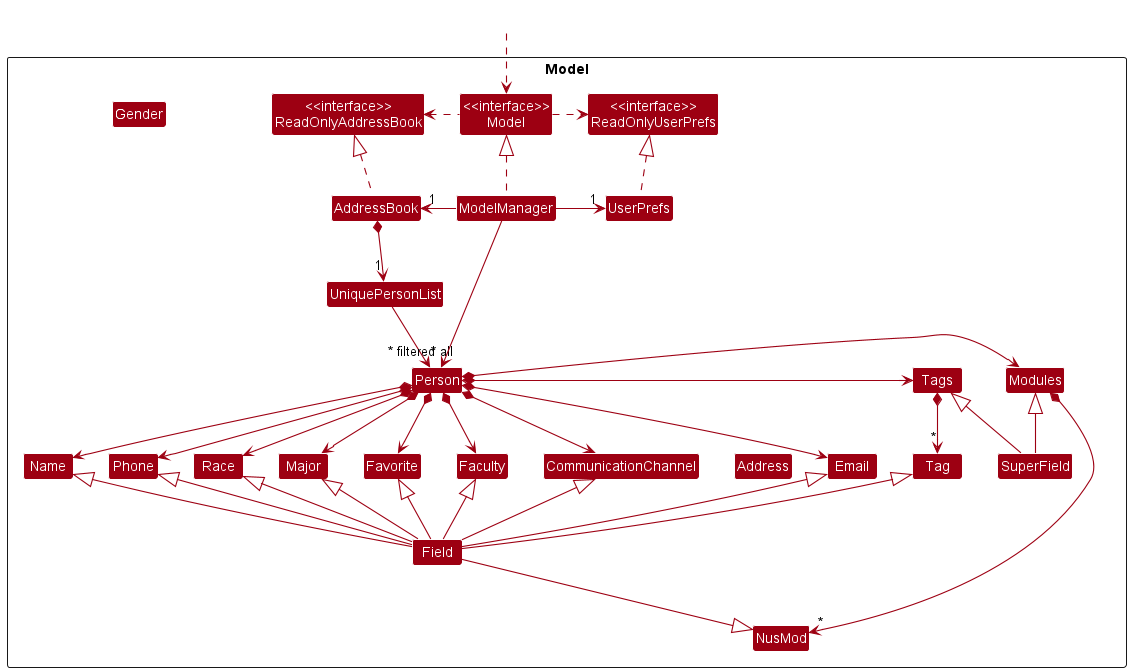
nus-cs2103-AY2223S2/tp keeps this PlantUML diagram as docs/images/ModelClassDiagram.png. Above is the earlier version. Source of this version:
```plantuml
@startuml
!include style.puml
skinparam arrowThickness 1.1
skinparam arrowColor MODEL_COLOR
skinparam classBackgroundColor MODEL_COLOR

Package Model <<Rectangle>>{
Class "<<interface>>\nReadOnlyAddressBook" as ReadOnlyAddressBook
Class "<<interface>>\nReadOnlyUserPrefs" as ReadOnlyUserPrefs
Class "<<interface>>\nModel" as Model
Class AddressBook
Class ModelManager
Class UserPrefs

Class UniquePersonList
Class Person
Class Address
Class Email
Class Name
Class Phone
Class Tag
Class CommunicationChannel
Class Faculty
Class Favorite
Class Gender
Class Major
Class Modules
Class Race
Class Tags
Class NusMod

Class Field
Class SuperField
}

Class HiddenOutside #FFFFFF
HiddenOutside ..> Model

AddressBook .up.|> ReadOnlyAddressBook

ModelManager .up.|> Model
Model .right.> ReadOnlyUserPrefs
Model .left.> ReadOnlyAddressBook
ModelManager -left-> "1" AddressBook
ModelManager -right-> "1" UserPrefs
UserPrefs .up.|> ReadOnlyUserPrefs

AddressBook *--> "1" UniquePersonList
UniquePersonList --> "~* all" Person
Person *--> Name
Person *--> Phone
Person *--> Email
Person *--> CommunicationChannel
Person *--> Faculty
Person *--> Favorite
Person *--> Major
Person *-right-> Modules
Modules *--> "*" NusMod
Person *--> Race
Person *-right-> Tags
Tags *--> "*" Tag

Field -up-|> Name
Field -up-|> Phone
Field -up-|> Email
Field -up-|> CommunicationChannel
Field -up-|> Faculty
Field -up-|> Favorite
Field -up-|> Major
Field --|> NusMod
Field -up-|> Race
Field -up-|> Tag

SuperField -up-|> Modules
SuperField -up-|> Tags

Name -[hidden]right-> Phone
Phone -[hidden]right-> Address
Address -[hidden]right-> Email

ModelManager -->"~* filtered" Person
@enduml
```
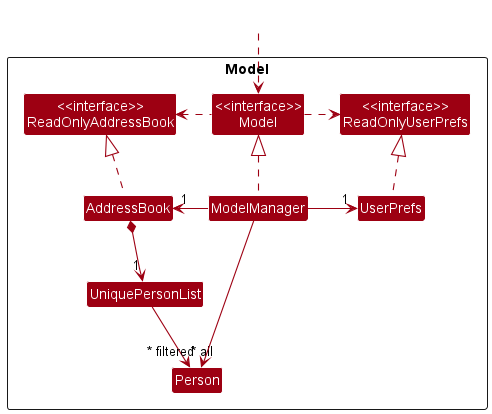
The same diagram one commit later.

Commit message:
Update DG Guide for Model and Person.

The edit, as a diff of the source:
```diff
@@ -14,23 +14,7 @@
 
 Class UniquePersonList
 Class Person
-Class Address
-Class Email
-Class Name
-Class Phone
-Class Tag
-Class CommunicationChannel
-Class Faculty
-Class Favorite
-Class Gender
-Class Major
-Class Modules
-Class Race
-Class Tags
-Class NusMod
 
-Class Field
-Class SuperField
 }
 
 Class HiddenOutside #FFFFFF
@@ -47,36 +31,9 @@
 
 AddressBook *--> "1" UniquePersonList
 UniquePersonList --> "~* all" Person
-Person *--> Name
-Person *--> Phone
-Person *--> Email
-Person *--> CommunicationChannel
-Person *--> Faculty
-Person *--> Favorite
-Person *--> Major
-Person *-right-> Modules
-Modules *--> "*" NusMod
-Person *--> Race
-Person *-right-> Tags
-Tags *--> "*" Tag
 
-Field -up-|> Name
-Field -up-|> Phone
-Field -up-|> Email
-Field -up-|> CommunicationChannel
-Field -up-|> Faculty
-Field -up-|> Favorite
-Field -up-|> Major
-Field --|> NusMod
-Field -up-|> Race
-Field -up-|> Tag
 
-SuperField -up-|> Modules
-SuperField -up-|> Tags
 
-Name -[hidden]right-> Phone
-Phone -[hidden]right-> Address
-Address -[hidden]right-> Email
 
 ModelManager -->"~* filtered" Person
 @enduml
```
